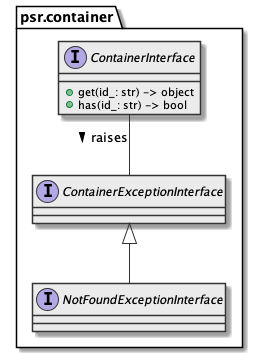
This is docs/_static/architecture.class-diagram.png from md-py/psr.container, a PlantUML export, as it was before one commit.
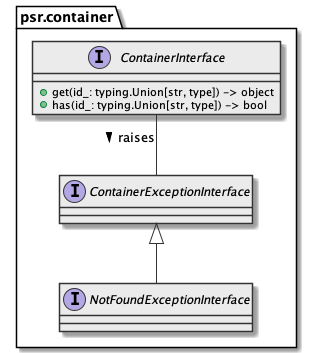
Above is the later version.

Commit message:
feature: container contract methods signature types extended from `id_: str` to `id_: typing.Union[str, type]`

Change to the diagram source:
```diff
@@ -10,8 +10,8 @@
 
 package psr.container {
   interface ContainerInterface {
-    + get(id_: str) -> object
-    + has(id_: str) -> bool
+    + get(id_: typing.Union[str, type]) -> object
+    + has(id_: typing.Union[str, type]) -> bool
   }
   interface ContainerExceptionInterface {}
   interface NotFoundExceptionInterface extends ContainerExceptionInterface {}
```
